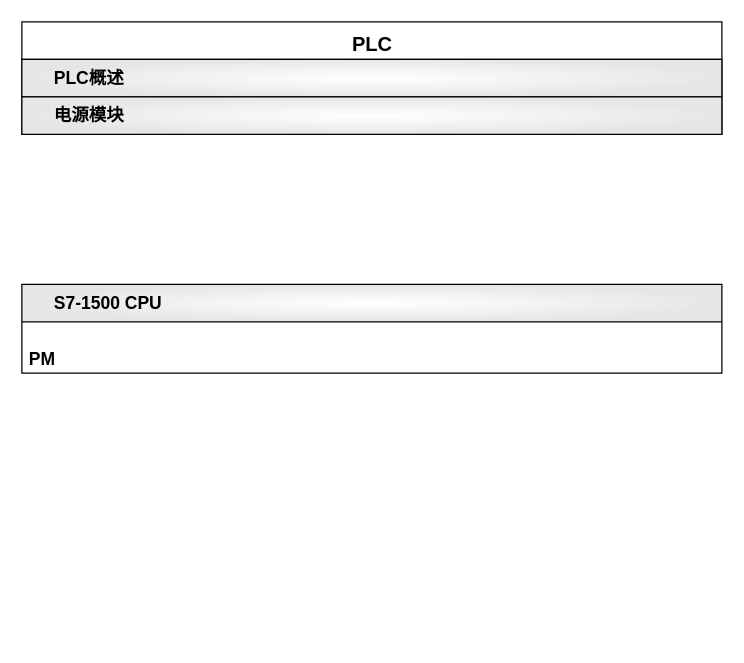
The draw.io diagram page "plc" (4 of 4) of 常用工具指令.drawio in ljq199612/diagram, before the edit. Source tidied: cells renumbered, new cells numbered last; positions are measured from the earlier drawing's top-left corner, leaving out a move shared by most shapes. Both pictures are drawn from the tidied source at 125%, with x=0, y=0 at pixel (21, 21).
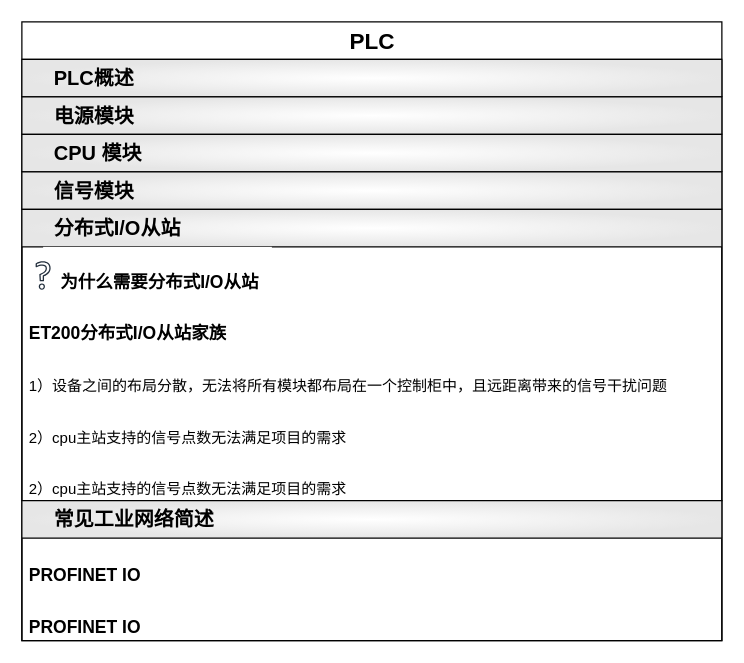
After the change.

Commit message:
更新常用工具指令.drawio

Change to the diagram source:
```diff
@@
 <mxGraphModel>
   <root>
     <mxCell id="0" />
     <mxCell id="1" parent="0" />
-    <mxCell id="2" value="&lt;div style=&quot;font-size: 16px;&quot; align=&quot;center&quot;&gt;&lt;b style=&quot;font-size: 16px;&quot;&gt;&lt;span style=&quot;font-size: 16px;&quot;&gt;&lt;font style=&quot;font-size: 16px;&quot;&gt;&lt;font style=&quot;font-size: 16px;&quot;&gt;PLC&lt;/font&gt;&lt;/font&gt;&lt;/span&gt;&lt;/b&gt;&lt;/div&gt;" style="swimlane;fontStyle=1;horizontal=1;startSize=30;fillColor=#FFFFFF;html=1;verticalAlign=bottom;align=center;swimlaneFillColor=none;fillStyle=auto;fontSize=16;" parent="1" vertex="1">
-      <mxGeometry width="560" height="90" as="geometry" />
+    <mxCell id="2" value="&lt;div style=&quot;font-size: 17px;&quot; align=&quot;center&quot;&gt;&lt;font style=&quot;font-size: 17px;&quot;&gt;&lt;span style=&quot;&quot;&gt;&lt;span style=&quot;&quot;&gt;&lt;font style=&quot;font-size: 17px;&quot;&gt;&lt;font style=&quot;font-size: 17px;&quot;&gt;&lt;font style=&quot;font-size: 18px;&quot;&gt;PLC&lt;/font&gt;&lt;/font&gt;&lt;/font&gt;&lt;/span&gt;&lt;/span&gt;&lt;/font&gt;&lt;/div&gt;" style="swimlane;fontStyle=1;horizontal=1;startSize=30;fillColor=#FFFFFF;html=1;verticalAlign=bottom;align=center;swimlaneFillColor=none;fillStyle=auto;fontSize=16;" parent="1" vertex="1">
+      <mxGeometry width="560" height="495" as="geometry" />
     </mxCell>
-    <mxCell id="3" value="&lt;div style=&quot;font-size: 14px;&quot;&gt;&lt;b style=&quot;font-size: 14px;&quot;&gt;&lt;span style=&quot;font-size: 14px;&quot;&gt;&lt;font style=&quot;font-size: 14px;&quot;&gt;&lt;font style=&quot;font-size: 14px;&quot;&gt;PLC概述&lt;/font&gt;&lt;/font&gt;&lt;/span&gt;&lt;/b&gt;&lt;/div&gt;" style="swimlane;fontStyle=1;horizontal=1;startSize=30;fillColor=#FFFFFF;html=1;verticalAlign=middle;align=left;swimlaneFillColor=none;fillStyle=auto;spacingLeft=24;fontSize=14;gradientColor=#E6E6E6;gradientDirection=radial;" parent="2" vertex="1" collapsed="1">
+    <mxCell id="3" value="&lt;div style=&quot;font-size: 15px;&quot;&gt;&lt;font style=&quot;font-size: 15px;&quot;&gt;&lt;b style=&quot;&quot;&gt;&lt;span style=&quot;&quot;&gt;&lt;font style=&quot;font-size: 15px;&quot;&gt;&lt;font style=&quot;font-size: 15px;&quot;&gt;&lt;font style=&quot;font-size: 16px;&quot;&gt;PLC概述&lt;/font&gt;&lt;/font&gt;&lt;/font&gt;&lt;/span&gt;&lt;/b&gt;&lt;/font&gt;&lt;/div&gt;" style="swimlane;fontStyle=1;horizontal=1;startSize=30;fillColor=#FFFFFF;html=1;verticalAlign=middle;align=left;swimlaneFillColor=none;fillStyle=auto;spacingLeft=24;fontSize=14;gradientColor=#E6E6E6;gradientDirection=radial;" parent="2" vertex="1" collapsed="1">
       <mxGeometry y="30" width="560" height="30" as="geometry" />
     </mxCell>
-    <mxCell id="4" value="&lt;div style=&quot;font-size: 14px;&quot; align=&quot;left&quot;&gt;&lt;b style=&quot;font-size: 14px;&quot;&gt;&lt;span style=&quot;font-size: 14px;&quot;&gt;电源模块&lt;br style=&quot;font-size: 14px;&quot;&gt;&lt;/span&gt;&lt;/b&gt;&lt;/div&gt;" style="swimlane;fontStyle=1;horizontal=1;startSize=30;fillColor=#FFFFFF;html=1;verticalAlign=middle;align=left;swimlaneFillColor=none;fillStyle=auto;spacingLeft=24;fontSize=14;gradientColor=#E6E6E6;gradientDirection=radial;" parent="2" vertex="1" collapsed="1">
+    <mxCell id="4" value="&lt;div style=&quot;font-size: 15px;&quot; align=&quot;left&quot;&gt;&lt;font style=&quot;font-size: 15px;&quot;&gt;&lt;b style=&quot;font-size: 16px;&quot;&gt;&lt;span style=&quot;&quot;&gt;电源模块&lt;br style=&quot;&quot;&gt;&lt;/span&gt;&lt;/b&gt;&lt;/font&gt;&lt;/div&gt;" style="swimlane;fontStyle=1;horizontal=1;startSize=30;fillColor=#FFFFFF;html=1;verticalAlign=middle;align=left;swimlaneFillColor=none;fillStyle=auto;spacingLeft=24;fontSize=14;gradientColor=#E6E6E6;gradientDirection=radial;" parent="2" vertex="1" collapsed="1">
       <mxGeometry y="60" width="560" height="30" as="geometry" />
     </mxCell>
-    <mxCell id="5" value="S7-1500 CPU" style="swimlane;fontStyle=1;horizontal=1;startSize=30;fillColor=#FFFFFF;html=1;verticalAlign=middle;align=left;swimlaneFillColor=none;fillStyle=auto;spacingLeft=24;fontSize=14;gradientColor=#E6E6E6;gradientDirection=radial;" parent="1" vertex="1">
-      <mxGeometry y="210" width="560" height="71" as="geometry" />
+    <mxCell id="5" value="&lt;font style=&quot;font-size: 15px;&quot;&gt;&lt;font style=&quot;font-size: 16px;&quot;&gt;CPU 模块&lt;/font&gt;&lt;/font&gt;" style="swimlane;fontStyle=1;horizontal=1;startSize=30;fillColor=#FFFFFF;html=1;verticalAlign=middle;align=left;swimlaneFillColor=none;fillStyle=auto;spacingLeft=24;fontSize=14;gradientColor=#E6E6E6;gradientDirection=radial;" parent="2" vertex="1" collapsed="1">
+      <mxGeometry y="90" width="560" height="30" as="geometry" />
     </mxCell>
-    <mxCell id="6" value="&lt;b&gt;&lt;font style=&quot;font-size: 13px;&quot;&gt;&lt;font style=&quot;font-size: 14px;&quot;&gt;PM&lt;br&gt;&lt;/font&gt;&lt;/font&gt;&lt;/b&gt;" style="text;strokeColor=none;fillColor=none;align=left;verticalAlign=bottom;spacingLeft=4;spacingRight=4;overflow=hidden;whiteSpace=wrap;html=1;" parent="5" vertex="1">
-      <mxGeometry y="30" width="560" height="41" as="geometry" />
-    </mxCell>
+    <mxCell id="7" value="&lt;font style=&quot;font-size: 15px;&quot;&gt;&lt;font style=&quot;font-size: 16px;&quot;&gt;信号模块&lt;/font&gt;&lt;/font&gt;" style="swimlane;fontStyle=1;horizontal=1;startSize=30;fillColor=#FFFFFF;html=1;verticalAlign=middle;align=left;swimlaneFillColor=none;fillStyle=auto;spacingLeft=24;fontSize=14;gradientColor=#E6E6E6;gradientDirection=radial;" parent="2" vertex="1" collapsed="1">
+      <mxGeometry y="120" width="560" height="30" as="geometry" />
+    </mxCell>
+    <mxCell id="8" value="&lt;font style=&quot;font-size: 15px;&quot;&gt;&lt;font style=&quot;font-size: 16px;&quot;&gt;分布式I/O从站&lt;/font&gt;&lt;/font&gt;" style="swimlane;fontStyle=1;horizontal=1;startSize=30;fillColor=#FFFFFF;html=1;verticalAlign=middle;align=left;swimlaneFillColor=none;fillStyle=auto;spacingLeft=24;fontSize=14;gradientColor=#E6E6E6;gradientDirection=radial;" parent="2" vertex="1">
+      <mxGeometry y="150" width="560" height="233" as="geometry" />
+    </mxCell>
+    <mxCell id="9" style="group;verticalAlign=bottom;" parent="8" vertex="1">
+      <mxGeometry y="30" width="560" height="39" as="geometry" />
+    </mxCell>
+    <mxCell id="10" value="&amp;nbsp;&lt;b&gt;&lt;font color=&quot;#000000&quot;&gt;为什么需要分布式I/O从站&lt;/font&gt;&lt;/b&gt;" style="rounded=0;whiteSpace=wrap;html=1;labelBackgroundColor=#FFFFFF;fontSize=14;fontColor=#FFFFFF;strokeColor=none;verticalAlign=bottom;" parent="9" vertex="1">
+      <mxGeometry x="17" width="183" height="39" as="geometry" />
+    </mxCell>
+    <mxCell id="11" style="sketch=0;fontColor=#232F3E;gradientColor=none;fillColor=#232F3D;strokeColor=none;dashed=0;verticalLabelPosition=bottom;verticalAlign=top;align=center;html=1;fontSize=12;fontStyle=0;shape=mxgraph.aws4.question;labelBackgroundColor=#FFFFFF;" parent="9" vertex="1">
+      <mxGeometry x="11" y="11.5" width="12" height="22.8" as="geometry" />
+    </mxCell>
+    <mxCell id="12" value="&lt;font style=&quot;font-size: 13px;&quot;&gt;&lt;b&gt;&lt;font style=&quot;font-size: 14px;&quot;&gt;ET200分布式I/O从站家族&lt;/font&gt;&lt;/b&gt;&lt;/font&gt;" style="text;strokeColor=none;fillColor=none;align=left;verticalAlign=bottom;spacingLeft=4;spacingRight=4;overflow=hidden;whiteSpace=wrap;html=1;" parent="8" vertex="1">
+      <mxGeometry y="69" width="560" height="41" as="geometry" />
+    </mxCell>
+    <mxCell id="13" value="1）设备之间的布局分散，无法将所有模块都布局在一个控制柜中，且远距离带来的信号干扰问题" style="text;strokeColor=none;fillColor=none;align=left;verticalAlign=bottom;spacingLeft=4;spacingRight=4;overflow=hidden;whiteSpace=wrap;html=1;" parent="8" vertex="1">
+      <mxGeometry y="110" width="560" height="41" as="geometry" />
+    </mxCell>
+    <mxCell id="14" value="2）cpu主站支持的信号点数无法满足项目的需求" style="text;strokeColor=none;fillColor=none;align=left;verticalAlign=bottom;spacingLeft=4;spacingRight=4;overflow=hidden;whiteSpace=wrap;html=1;" parent="8" vertex="1">
+      <mxGeometry y="151" width="560" height="41" as="geometry" />
+    </mxCell>
+    <mxCell id="15" value="2）cpu主站支持的信号点数无法满足项目的需求" style="text;strokeColor=none;fillColor=none;align=left;verticalAlign=bottom;spacingLeft=4;spacingRight=4;overflow=hidden;whiteSpace=wrap;html=1;" parent="8" vertex="1">
+      <mxGeometry y="192" width="560" height="41" as="geometry" />
+    </mxCell>
+    <mxCell id="16" value="&lt;font style=&quot;font-size: 15px;&quot;&gt;&lt;font style=&quot;font-size: 16px;&quot;&gt;常见工业网络简述&lt;/font&gt;&lt;/font&gt;" style="swimlane;fontStyle=1;horizontal=1;startSize=30;fillColor=#FFFFFF;html=1;verticalAlign=middle;align=left;swimlaneFillColor=none;fillStyle=auto;spacingLeft=24;fontSize=14;gradientColor=#E6E6E6;gradientDirection=radial;" parent="2" vertex="1">
+      <mxGeometry y="383" width="560" height="112" as="geometry" />
+    </mxCell>
+    <mxCell id="17" value="&lt;font style=&quot;font-size: 13px;&quot;&gt;&lt;b&gt;&lt;font style=&quot;font-size: 14px;&quot;&gt;PROFINET IO &lt;br&gt;&lt;/font&gt;&lt;/b&gt;&lt;/font&gt;" style="text;strokeColor=none;fillColor=none;align=left;verticalAlign=bottom;spacingLeft=4;spacingRight=4;overflow=hidden;whiteSpace=wrap;html=1;" parent="16" vertex="1">
+      <mxGeometry y="30" width="560" height="41" as="geometry" />
+    </mxCell>
+    <mxCell id="18" value="&lt;font style=&quot;font-size: 13px;&quot;&gt;&lt;b&gt;&lt;font style=&quot;font-size: 14px;&quot;&gt;PROFINET IO &lt;br&gt;&lt;/font&gt;&lt;/b&gt;&lt;/font&gt;" style="text;strokeColor=none;fillColor=none;align=left;verticalAlign=bottom;spacingLeft=4;spacingRight=4;overflow=hidden;whiteSpace=wrap;html=1;" parent="16" vertex="1">
+      <mxGeometry y="71" width="560" height="41" as="geometry" />
+    </mxCell>
   </root>
 </mxGraphModel>
```
